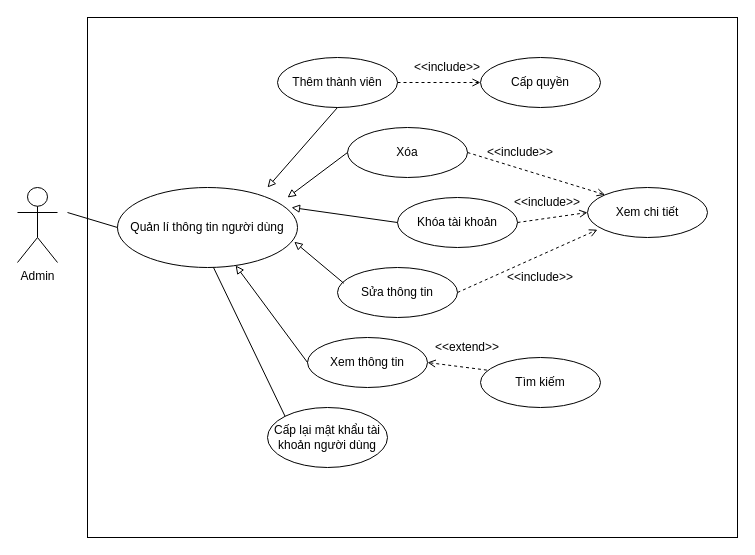
Before: ADMIN2Diagram.drawio in tramtruong98/use_case_diagram, a draw.io diagram. Source tidied: cells renumbered, new cells numbered last; positions are measured from the earlier drawing's top-left corner, leaving out a move shared by most shapes. Both pictures are drawn from the tidied source at 100%, with x=0, y=0 at pixel (17, 17).
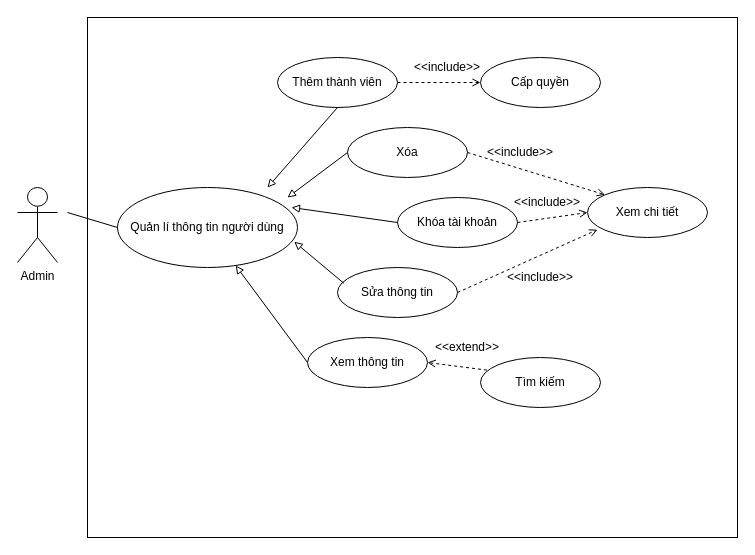
Above is the later version.

Change to the diagram source:
```diff
@@
-    <mxCell id="9" value="Cấp lại mật khẩu tài khoản người dùng" style="ellipse;whiteSpace=wrap;html=1;" parent="1" vertex="1">
-      <mxGeometry x="250" y="390" width="120" height="60" as="geometry" />
-    </mxCell>
@@
-    <mxCell id="20" style="endArrow=none;html=1;exitX=0;exitY=0;exitDx=0;exitDy=0;" parent="1" edge="1" source="9">
-      <mxGeometry relative="1" as="geometry">
-        <mxPoint x="196" y="250" as="targetPoint" />
-      </mxGeometry>
-    </mxCell>
```
